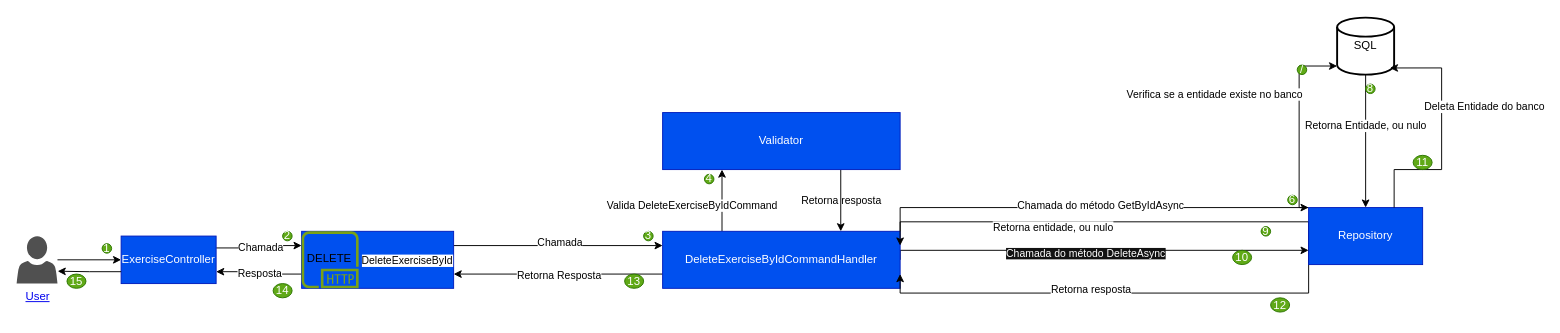
The draw.io diagram page "TrainingService/Exercises/GetExerciseById" (22 of 22) of Architecture.drawio in AlanEdward19/ShapeUp, before the edit. Source tidied: cells renumbered, new cells numbered last; positions are measured from the earlier drawing's top-left corner, leaving out a move shared by most shapes. Both pictures are drawn from the tidied source at 95%, with x=0, y=0 at pixel (16, 17).
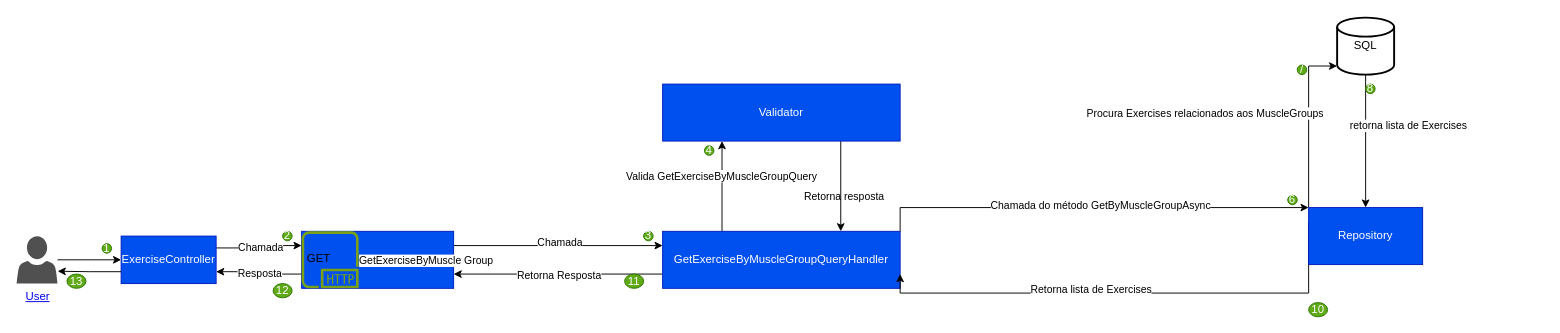
After the change.

Unchanged cells that the change refers to:
```xml
<mxCell id="4" style="edgeStyle=orthogonalEdgeStyle;rounded=0;jettySize=auto;html=1;exitX=1;exitY=0.25;exitDx=0;exitDy=0;entryX=0;entryY=0.25;entryDx=0;entryDy=0;" parent="1" edge="1" source="6" target="22">
  <mxGeometry relative="1" as="geometry" />
</mxCell>
<mxCell id="8" value="SQL" style="strokeWidth=2;html=1;shape=mxgraph.flowchart.database;whiteSpace=wrap;" parent="1" vertex="1">
  <mxGeometry x="1390" width="60" height="60" as="geometry" />
</mxCell>
<mxCell id="22" style="whiteSpace=wrap;html=1;fillColor=#0050ef;strokeColor=#001DBC;fontColor=#ffffff;" parent="1" vertex="1">
  <mxGeometry x="300" y="225" width="160" height="60" as="geometry" />
</mxCell>
<mxCell id="23" style="group;" parent="1" vertex="1">
  <mxGeometry x="300" y="240" width="60" height="60" as="geometry" />
</mxCell>
<mxCell id="32" value="Repository" style="whiteSpace=wrap;html=1;fillColor=#0050ef;strokeColor=#001DBC;fontColor=#ffffff;" parent="1" vertex="1">
  <mxGeometry x="1360" y="200" width="120" height="60" as="geometry" />
</mxCell>
```

What changed in the source:
```diff
@@
-    <mxCell id="5" value="Chamada" style="edgeLabel;html=1;align=center;verticalAlign=middle;" parent="4" vertex="1">
-      <mxGeometry x="0.05" y="-1" relative="1" as="geometry" />
-    </mxCell>
+    <mxCell id="55" value="Chamada" style="edgeLabel;html=1;align=center;verticalAlign=middle;" parent="4" vertex="1">
+      <mxGeometry x="0.05" y="-1" relative="1" as="geometry" />
+    </mxCell>
@@
-    <mxCell id="9" style="edgeStyle=orthogonalEdgeStyle;rounded=0;jettySize=auto;html=1;entryX=0;entryY=0.85;entryDx=0;entryDy=0;entryPerimeter=0;exitX=0;exitY=0;exitDx=0;exitDy=0;" parent="1" edge="1" source="32" target="8">
-      <mxGeometry relative="1" as="geometry">
-        <Array as="points">
-          <mxPoint x="1350" y="200" />
-          <mxPoint x="1350" y="51" />
-        </Array>
-      </mxGeometry>
-    </mxCell>
-    <mxCell id="10" value="Verifica se a entidade existe no banco" style="edgeLabel;html=1;align=center;verticalAlign=middle;" parent="9" vertex="1">
-      <mxGeometry x="-0.07" y="1" relative="1" as="geometry">
-        <mxPoint x="-89" y="-37" as="offset" />
-      </mxGeometry>
-    </mxCell>
-    <mxCell id="11" style="edgeStyle=orthogonalEdgeStyle;rounded=0;jettySize=auto;html=1;exitX=0;exitY=0.75;exitDx=0;exitDy=0;entryX=1;entryY=0.75;entryDx=0;entryDy=0;" parent="1" edge="1" source="17" target="22">
-      <mxGeometry relative="1" as="geometry" />
-    </mxCell>
+    <mxCell id="56" style="edgeStyle=orthogonalEdgeStyle;rounded=0;jettySize=auto;html=1;entryX=0;entryY=0.85;entryDx=0;entryDy=0;entryPerimeter=0;exitX=0;exitY=0;exitDx=0;exitDy=0;" parent="1" edge="1" source="32" target="8">
+      <mxGeometry relative="1" as="geometry">
+        <Array as="points">
+          <mxPoint x="1360" y="51" />
+        </Array>
+      </mxGeometry>
+    </mxCell>
+    <mxCell id="57" value="Procura Exercises relacionados aos MuscleGroups" style="edgeLabel;html=1;align=center;verticalAlign=middle;" parent="56" vertex="1">
+      <mxGeometry x="-0.07" y="1" relative="1" as="geometry">
+        <mxPoint x="-109" y="-17" as="offset" />
+      </mxGeometry>
+    </mxCell>
+    <mxCell id="58" style="edgeStyle=orthogonalEdgeStyle;rounded=0;jettySize=auto;html=1;exitX=0;exitY=0.75;exitDx=0;exitDy=0;entryX=1;entryY=0.75;entryDx=0;entryDy=0;" parent="1" edge="1" source="62" target="22">
+      <mxGeometry relative="1" as="geometry" />
+    </mxCell>
-    <mxCell id="12" value="Retorna Resposta" style="edgeLabel;html=1;align=center;verticalAlign=middle;" parent="11" vertex="1">
+    <mxCell id="12" value="Retorna Resposta" style="edgeLabel;html=1;align=center;verticalAlign=middle;" parent="58" vertex="1">
       <mxGeometry x="0.17" relative="1" as="geometry">
         <mxPoint x="19" y="1" as="offset" />
       </mxGeometry>
     </mxCell>
-    <mxCell id="13" style="edgeStyle=orthogonalEdgeStyle;rounded=0;jettySize=auto;html=1;exitX=1;exitY=0;exitDx=0;exitDy=0;entryX=0;entryY=0;entryDx=0;entryDy=0;" parent="1" edge="1" source="17" target="32">
-      <mxGeometry relative="1" as="geometry">
-        <Array as="points">
-          <mxPoint x="930" y="200" />
-        </Array>
-      </mxGeometry>
-    </mxCell>
-    <mxCell id="14" value="Chamada do método GetByIdAsync" style="edgeLabel;html=1;align=center;verticalAlign=middle;" parent="13" vertex="1">
-      <mxGeometry x="-0.21" y="-1" relative="1" as="geometry">
-        <mxPoint x="55" y="-4" as="offset" />
-      </mxGeometry>
-    </mxCell>
-    <mxCell id="15" style="edgeStyle=orthogonalEdgeStyle;rounded=0;jettySize=auto;html=1;exitX=0.25;exitY=0;exitDx=0;exitDy=0;entryX=0.25;entryY=1;entryDx=0;entryDy=0;" parent="1" edge="1" source="17" target="49">
-      <mxGeometry relative="1" as="geometry" />
-    </mxCell>
-    <mxCell id="16" style="edgeStyle=orthogonalEdgeStyle;rounded=0;jettySize=auto;html=1;exitX=1;exitY=0.5;exitDx=0;exitDy=0;entryX=0;entryY=0.75;entryDx=0;entryDy=0;" parent="1" edge="1" source="17" target="32">
-      <mxGeometry relative="1" as="geometry">
-        <Array as="points">
-          <mxPoint x="930" y="245" />
-        </Array>
-      </mxGeometry>
-    </mxCell>
-    <mxCell id="17" value="DeleteExerciseByIdCommandHandler" style="whiteSpace=wrap;html=1;fillColor=#0050ef;strokeColor=#001DBC;fontColor=#ffffff;" parent="1" vertex="1">
-      <mxGeometry x="680" y="225" width="250" height="60" as="geometry" />
-    </mxCell>
-    <mxCell id="18" style="edgeStyle=orthogonalEdgeStyle;rounded=0;jettySize=auto;html=1;exitX=1;exitY=0.25;exitDx=0;exitDy=0;entryX=0;entryY=0.25;entryDx=0;entryDy=0;" parent="1" edge="1" source="22" target="17">
-      <mxGeometry relative="1" as="geometry" />
-    </mxCell>
-    <mxCell id="19" value="Chamada" style="edgeLabel;html=1;align=center;verticalAlign=middle;" parent="18" vertex="1">
-      <mxGeometry x="-0.13" relative="1" as="geometry">
-        <mxPoint x="15" y="-4" as="offset" />
-      </mxGeometry>
-    </mxCell>
+    <mxCell id="59" style="edgeStyle=orthogonalEdgeStyle;rounded=0;jettySize=auto;html=1;exitX=1;exitY=0;exitDx=0;exitDy=0;entryX=0;entryY=0;entryDx=0;entryDy=0;" parent="1" edge="1" source="62" target="32">
+      <mxGeometry relative="1" as="geometry">
+        <Array as="points">
+          <mxPoint x="930" y="200" />
+        </Array>
+      </mxGeometry>
+    </mxCell>
+    <mxCell id="60" value="Chamada do método GetByMuscleGroupAsync" style="edgeLabel;html=1;align=center;verticalAlign=middle;" parent="59" vertex="1">
+      <mxGeometry x="-0.21" y="-1" relative="1" as="geometry">
+        <mxPoint x="55" y="-4" as="offset" />
+      </mxGeometry>
+    </mxCell>
+    <mxCell id="61" style="edgeStyle=orthogonalEdgeStyle;rounded=0;jettySize=auto;html=1;exitX=0.25;exitY=0;exitDx=0;exitDy=0;entryX=0.25;entryY=1;entryDx=0;entryDy=0;" parent="1" edge="1" source="62" target="49">
+      <mxGeometry relative="1" as="geometry" />
+    </mxCell>
+    <mxCell id="62" value="GetExerciseByMuscleGroupQueryHandler" style="whiteSpace=wrap;html=1;fillColor=#0050ef;strokeColor=#001DBC;fontColor=#ffffff;" parent="1" vertex="1">
+      <mxGeometry x="680" y="225" width="250" height="60" as="geometry" />
+    </mxCell>
+    <mxCell id="63" style="edgeStyle=orthogonalEdgeStyle;rounded=0;jettySize=auto;html=1;exitX=1;exitY=0.25;exitDx=0;exitDy=0;entryX=0;entryY=0.25;entryDx=0;entryDy=0;" parent="1" edge="1" source="22" target="62">
+      <mxGeometry relative="1" as="geometry" />
+    </mxCell>
+    <mxCell id="64" value="Chamada" style="edgeLabel;html=1;align=center;verticalAlign=middle;" parent="63" vertex="1">
+      <mxGeometry x="-0.13" relative="1" as="geometry">
+        <mxPoint x="15" y="-4" as="offset" />
+      </mxGeometry>
+    </mxCell>
@@
-    <mxCell id="24" value="DELETE" style="text;whiteSpace=wrap;fillColor=none;" parent="23" vertex="1">
-      <mxGeometry x="4" width="30" height="20" as="geometry" />
-    </mxCell>
+    <mxCell id="65" value="GET" style="text;whiteSpace=wrap;fillColor=none;" parent="23" vertex="1">
+      <mxGeometry x="4" width="30" height="20" as="geometry" />
+    </mxCell>
@@
-    <mxCell id="30" style="edgeStyle=orthogonalEdgeStyle;rounded=0;jettySize=auto;html=1;exitX=0;exitY=0.25;exitDx=0;exitDy=0;" parent="1" edge="1" source="32">
-      <mxGeometry relative="1" as="geometry">
-        <mxPoint x="930" y="270" as="targetPoint" />
-        <Array as="points">
-          <mxPoint x="1360" y="290" />
-          <mxPoint x="930" y="290" />
-        </Array>
-      </mxGeometry>
-    </mxCell>
-    <mxCell id="31" style="edgeStyle=orthogonalEdgeStyle;rounded=0;jettySize=auto;html=1;exitX=0;exitY=0.25;exitDx=0;exitDy=0;entryX=1;entryY=0.25;entryDx=0;entryDy=0;" parent="1" edge="1" source="32" target="17">
-      <mxGeometry relative="1" as="geometry">
-        <Array as="points">
-          <mxPoint x="930" y="215" />
-        </Array>
-      </mxGeometry>
-    </mxCell>
+    <mxCell id="66" style="edgeStyle=orthogonalEdgeStyle;rounded=0;jettySize=auto;html=1;exitX=0;exitY=0.25;exitDx=0;exitDy=0;" parent="1" edge="1" source="32">
+      <mxGeometry relative="1" as="geometry">
+        <mxPoint x="930" y="270" as="targetPoint" />
+        <Array as="points">
+          <mxPoint x="1360" y="290" />
+          <mxPoint x="930" y="290" />
+        </Array>
+      </mxGeometry>
+    </mxCell>
@@
     <mxCell id="34" value="10" style="ellipse;whiteSpace=wrap;html=1;fillColor=#60a917;fontColor=#ffffff;strokeColor=#2D7600;" parent="1" vertex="1">
-      <mxGeometry x="1280" y="245" width="20" height="15" as="geometry" />
+      <mxGeometry x="1360" y="300" width="20" height="15" as="geometry" />
     </mxCell>
+    <mxCell id="53" value="11" style="ellipse;whiteSpace=wrap;html=1;fillColor=#60a917;fontColor=#ffffff;strokeColor=#2D7600;" parent="1" vertex="1">
+      <mxGeometry x="640" y="270" width="20" height="15" as="geometry" />
+    </mxCell>
     <mxCell id="35" value="13" style="ellipse;whiteSpace=wrap;html=1;fillColor=#60a917;fontColor=#ffffff;strokeColor=#2D7600;" parent="1" vertex="1">
-      <mxGeometry x="640" y="270" width="20" height="15" as="geometry" />
+      <mxGeometry x="53" y="270" width="20" height="15" as="geometry" />
     </mxCell>
-    <mxCell id="36" value="15" style="ellipse;whiteSpace=wrap;html=1;fillColor=#60a917;fontColor=#ffffff;strokeColor=#2D7600;" parent="1" vertex="1">
-      <mxGeometry x="53" y="270" width="20" height="15" as="geometry" />
-    </mxCell>
@@
-    <mxCell id="38" value="Retorna Entidade, ou nulo" style="edgeLabel;html=1;align=center;verticalAlign=middle;" parent="1" vertex="1">
-      <mxGeometry x="1425" y="110" as="geometry">
-        <mxPoint x="-6" y="3" as="offset" />
-      </mxGeometry>
-    </mxCell>
-    <mxCell id="39" value="9" style="ellipse;whiteSpace=wrap;html=1;fillColor=#60a917;fontColor=#ffffff;strokeColor=#2D7600;" parent="1" vertex="1">
-      <mxGeometry x="1310" y="220" width="10" height="10" as="geometry" />
-    </mxCell>
-    <mxCell id="40" style="edgeStyle=orthogonalEdgeStyle;rounded=0;jettySize=auto;html=1;exitX=0.75;exitY=0;exitDx=0;exitDy=0;entryX=0.926;entryY=0.884;entryDx=0;entryDy=0;entryPerimeter=0;" parent="1" edge="1" source="32" target="8">
-      <mxGeometry relative="1" as="geometry">
-        <Array as="points">
-          <mxPoint x="1450" y="160" />
-          <mxPoint x="1500" y="160" />
-          <mxPoint x="1500" y="53" />
-        </Array>
-      </mxGeometry>
-    </mxCell>
-    <mxCell id="41" value="Deleta Entidade do banco" style="edgeLabel;html=1;align=center;verticalAlign=middle;" parent="1" vertex="1">
-      <mxGeometry x="1550" y="90" as="geometry">
-        <mxPoint x="-6" y="3" as="offset" />
-      </mxGeometry>
-    </mxCell>
-    <mxCell id="42" value="Retorna resposta" style="edgeLabel;html=1;align=center;verticalAlign=middle;" parent="1" vertex="1">
-      <mxGeometry x="1130" y="285" as="geometry" />
-    </mxCell>
-    <mxCell id="43" value="14" style="ellipse;whiteSpace=wrap;html=1;fillColor=#60a917;fontColor=#ffffff;strokeColor=#2D7600;" parent="1" vertex="1">
-      <mxGeometry x="270" y="280" width="20" height="15" as="geometry" />
-    </mxCell>
+    <mxCell id="67" value="retorna lista de Exercises" style="edgeLabel;html=1;align=center;verticalAlign=middle;" parent="1" vertex="1">
+      <mxGeometry x="1470" y="110" as="geometry">
+        <mxPoint x="-6" y="3" as="offset" />
+      </mxGeometry>
+    </mxCell>
+    <mxCell id="68" value="Retorna lista de Exercises" style="edgeLabel;html=1;align=center;verticalAlign=middle;" parent="1" vertex="1">
+      <mxGeometry x="1130" y="285" as="geometry" />
+    </mxCell>
+    <mxCell id="54" value="12" style="ellipse;whiteSpace=wrap;html=1;fillColor=#60a917;fontColor=#ffffff;strokeColor=#2D7600;" parent="1" vertex="1">
+      <mxGeometry x="270" y="280" width="20" height="15" as="geometry" />
+    </mxCell>
@@
-    <mxCell id="45" value="DeleteExerciseById" style="edgeLabel;html=1;align=center;verticalAlign=middle;" parent="1" vertex="1">
-      <mxGeometry x="410" y="255" as="geometry" />
-    </mxCell>
-    <mxCell id="46" value="Valida DeleteExerciseByIdCommand" style="edgeLabel;html=1;align=center;verticalAlign=middle;" parent="1" vertex="1">
-      <mxGeometry x="710" y="197" as="geometry" />
-    </mxCell>
-    <mxCell id="47" value="Retorna resposta" style="edgeLabel;html=1;align=center;verticalAlign=middle;" parent="1" vertex="1">
-      <mxGeometry x="867.5" y="192" as="geometry" />
-    </mxCell>
-    <mxCell id="48" style="edgeStyle=orthogonalEdgeStyle;rounded=0;jettySize=auto;html=1;exitX=0.75;exitY=1;exitDx=0;exitDy=0;entryX=0.75;entryY=0;entryDx=0;entryDy=0;" parent="1" edge="1" source="49" target="17">
-      <mxGeometry relative="1" as="geometry" />
-    </mxCell>
+    <mxCell id="69" value="GetExerciseByMuscle Group" style="edgeLabel;html=1;align=center;verticalAlign=middle;" parent="1" vertex="1">
+      <mxGeometry x="430" y="255" as="geometry" />
+    </mxCell>
+    <mxCell id="70" value="Valida GetExerciseByMuscleGroupQuery" style="edgeLabel;html=1;align=center;verticalAlign=middle;" parent="1" vertex="1">
+      <mxGeometry x="741.5" y="166" as="geometry" />
+    </mxCell>
+    <mxCell id="71" value="Retorna resposta" style="edgeLabel;html=1;align=center;verticalAlign=middle;" parent="1" vertex="1">
+      <mxGeometry x="870" y="187" as="geometry" />
+    </mxCell>
+    <mxCell id="72" style="edgeStyle=orthogonalEdgeStyle;rounded=0;jettySize=auto;html=1;exitX=0.75;exitY=1;exitDx=0;exitDy=0;entryX=0.75;entryY=0;entryDx=0;entryDy=0;" parent="1" edge="1" source="49" target="62">
+      <mxGeometry relative="1" as="geometry" />
+    </mxCell>
     <mxCell id="49" value="Validator" style="whiteSpace=wrap;html=1;fillColor=#0050ef;strokeColor=#001DBC;fontColor=#ffffff;" parent="1" vertex="1">
-      <mxGeometry x="680" y="100" width="250" height="60" as="geometry" />
+      <mxGeometry x="680" y="70" width="250" height="60" as="geometry" />
     </mxCell>
     <mxCell id="50" value="4" style="ellipse;whiteSpace=wrap;html=1;fillColor=#60a917;fontColor=#ffffff;strokeColor=#2D7600;" parent="1" vertex="1">
-      <mxGeometry x="724" y="165" width="10" height="10" as="geometry" />
+      <mxGeometry x="724" y="135" width="10" height="10" as="geometry" />
     </mxCell>
-    <mxCell id="51" value="Retorna entidade, ou nulo" style="edgeLabel;html=1;align=center;verticalAlign=middle;" parent="1" vertex="1">
-      <mxGeometry x="1090" y="220" as="geometry" />
-    </mxCell>
-    <mxCell id="52" value="&lt;span style=&quot;color: rgb(255, 255, 255); font-family: Helvetica; font-size: 11px; font-style: normal; font-variant-ligatures: normal; font-variant-caps: normal; font-weight: 400; letter-spacing: normal; orphans: 2; text-align: center; text-indent: 0px; text-transform: none; widows: 2; word-spacing: 0px; -webkit-text-stroke-width: 0px; white-space: nowrap; background-color: rgb(18, 18, 18); text-decoration-thickness: initial; text-decoration-style: initial; text-decoration-color: initial; display: inline !important; float: none;&quot;&gt;Chamada do método DeleteAsync&lt;/span&gt;" style="text;whiteSpace=wrap;html=1;" parent="1" vertex="1">
-      <mxGeometry x="1040" y="235" width="200" height="40" as="geometry" />
-    </mxCell>
-    <mxCell id="53" value="11" style="ellipse;whiteSpace=wrap;html=1;fillColor=#60a917;fontColor=#ffffff;strokeColor=#2D7600;" parent="1" vertex="1">
-      <mxGeometry x="1470" y="145" width="20" height="15" as="geometry" />
-    </mxCell>
-    <mxCell id="54" value="12" style="ellipse;whiteSpace=wrap;html=1;fillColor=#60a917;fontColor=#ffffff;strokeColor=#2D7600;" parent="1" vertex="1">
-      <mxGeometry x="1320" y="295" width="20" height="15" as="geometry" />
-    </mxCell>
```
